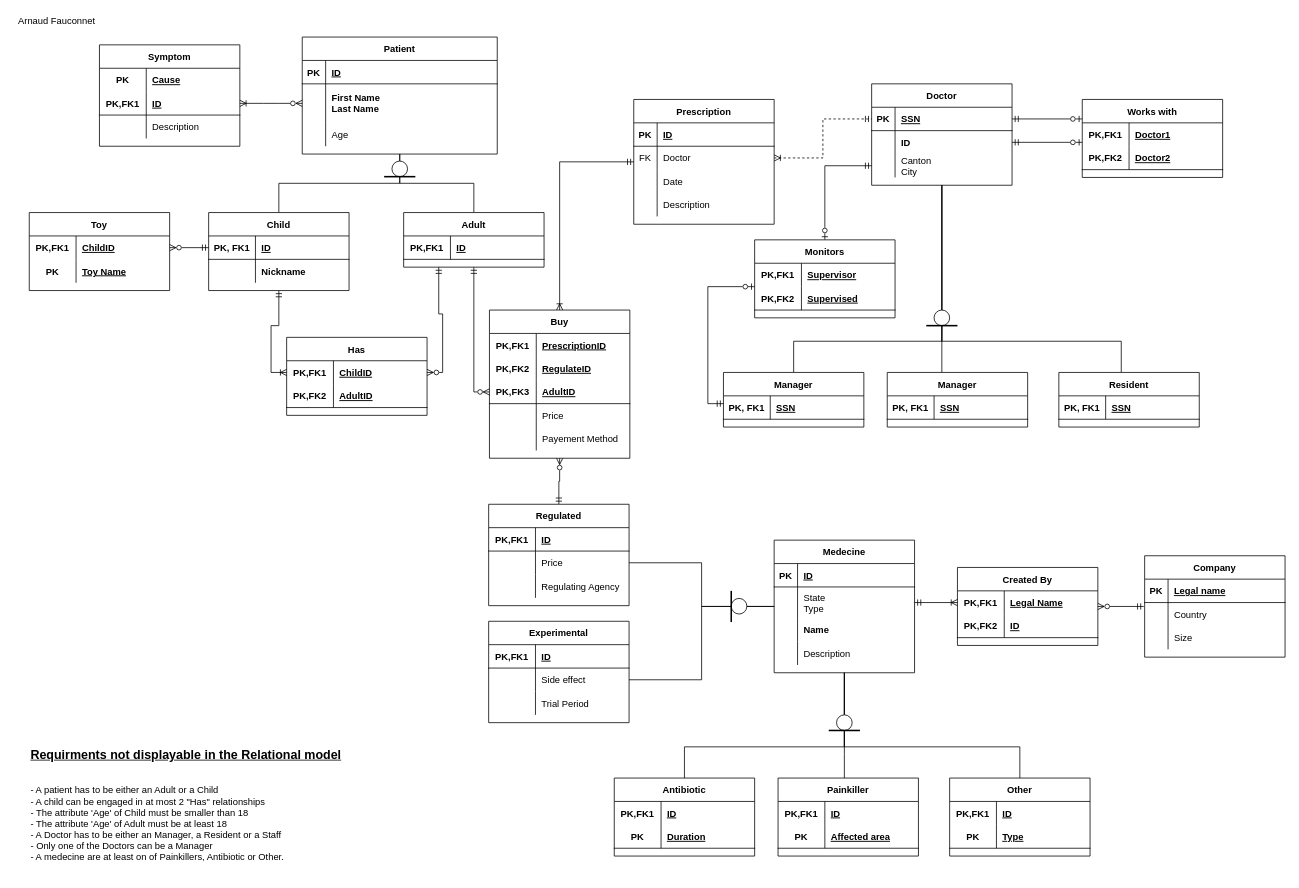
Before: 02.drawio in karma-riuk/DM_Assignments, a draw.io diagram. Source tidied: cells renumbered, new cells numbered last; positions are measured from the earlier drawing's top-left corner, leaving out a move shared by most shapes. Both pictures are drawn from the tidied source at 78%, with x=0, y=0 at pixel (13, 13).
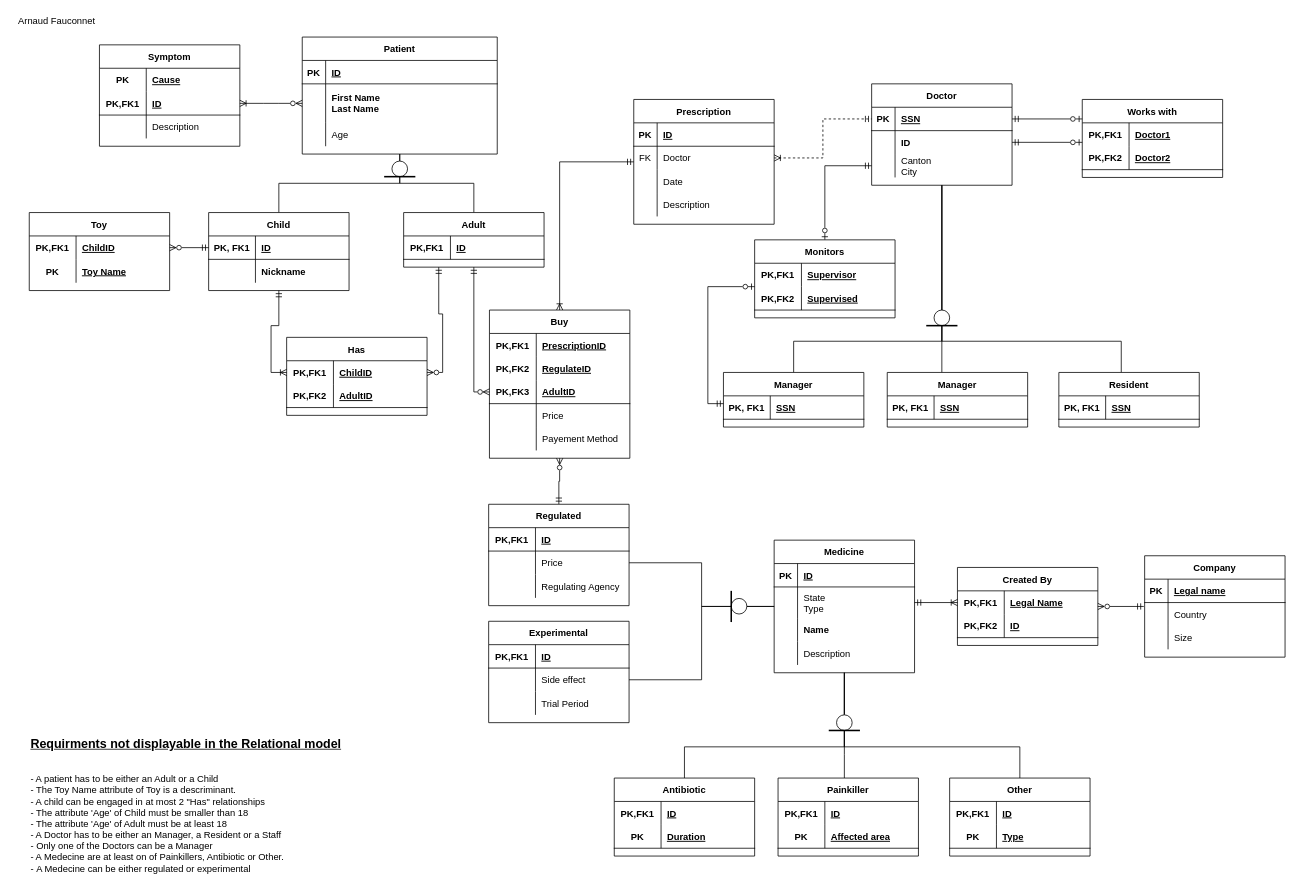
The same diagram, later.

Commit message:
This is a bad commit message

Change to the diagram source:
```diff
@@
-    <mxCell id="47" value="Medecine" style="shape=table;startSize=30;childLayout=tableLayout;rowLines=0;fontStyle=1;align=center;" parent="1" vertex="1">
+    <mxCell id="47" value="Medicine" style="shape=table;startSize=30;childLayout=tableLayout;rowLines=0;fontStyle=1;align=center;" parent="1" vertex="1">
       <mxGeometry x="975" y="675" width="180" height="170" as="geometry" />
     </mxCell>
@@
-    <mxCell id="216" value="&lt;b style=&quot;font-size: 16px&quot;&gt;&lt;u&gt;Requirments not displayable in the Relational model&lt;br&gt;&lt;/u&gt;&lt;/b&gt;&lt;br&gt;&lt;br&gt;- A patient has to be either an Adult or a Child&lt;br&gt;- A child can be engaged in at most 2 &quot;Has&quot; relationships&lt;br&gt;- The attribute 'Age' of Child must be smaller than 18&lt;br&gt;- The attribute 'Age' of Adult must be at least 18&lt;br&gt;- A Doctor has to be either an Manager, a Resident or a Staff&lt;br&gt;- Only one of the Doctors can be a Manager&lt;br&gt;- A medecine are at least on of Painkillers, Antibiotic or Other." style="text;html=1;align=left;verticalAlign=middle;fillColor=none;strokeColor=none;rounded=0;" parent="1" vertex="1">
-      <mxGeometry x="20" y="940" width="410" height="150" as="geometry" />
+    <mxCell id="216" value="&lt;b style=&quot;font-size: 16px&quot;&gt;&lt;u&gt;Requirments not displayable in the Relational model&lt;br&gt;&lt;/u&gt;&lt;/b&gt;&lt;br&gt;&lt;br&gt;- A patient has to be either an Adult or a Child&lt;br&gt;- The Toy Name attribute of Toy is a descriminant.&lt;br&gt;- A child can be engaged in at most 2 &quot;Has&quot; relationships&lt;br&gt;- The attribute 'Age' of Child must be smaller than 18&lt;br&gt;- The attribute 'Age' of Adult must be at least 18&lt;br&gt;- A Doctor has to be either an Manager, a Resident or a Staff&lt;br&gt;- Only one of the Doctors can be a Manager&lt;br&gt;- A Medecine are at least on of Painkillers, Antibiotic or Other.&lt;br&gt;-&amp;nbsp;A Medecine can be either regulated or experimental" style="text;html=1;align=left;verticalAlign=middle;fillColor=none;strokeColor=none;rounded=0;" parent="1" vertex="1">
+      <mxGeometry x="20" y="930" width="410" height="170" as="geometry" />
     </mxCell>
```
